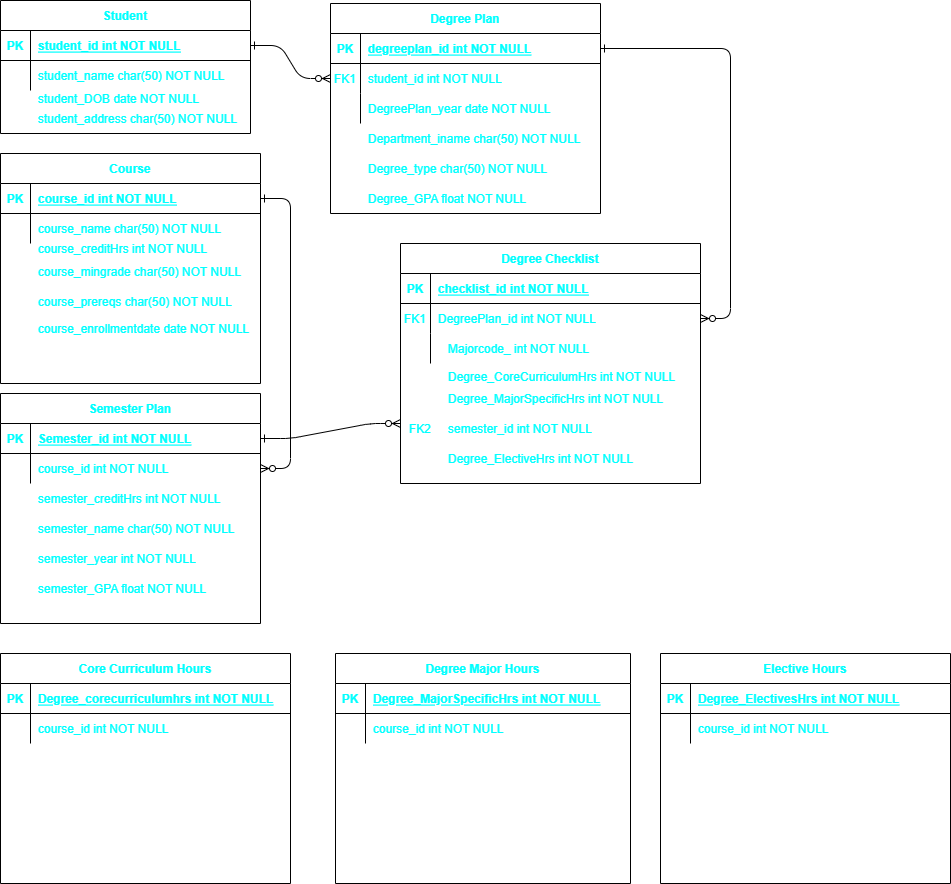
This is Assignments/degreechecklist/Assignment 2 Modeling.drawio.png from m3gan-m/CIDM-6325, a draw.io export, as it was before one commit. Source tidied: cells renumbered, new cells last; positions are measured from the earlier drawing's top-left corner, leaving out a move shared by most shapes.
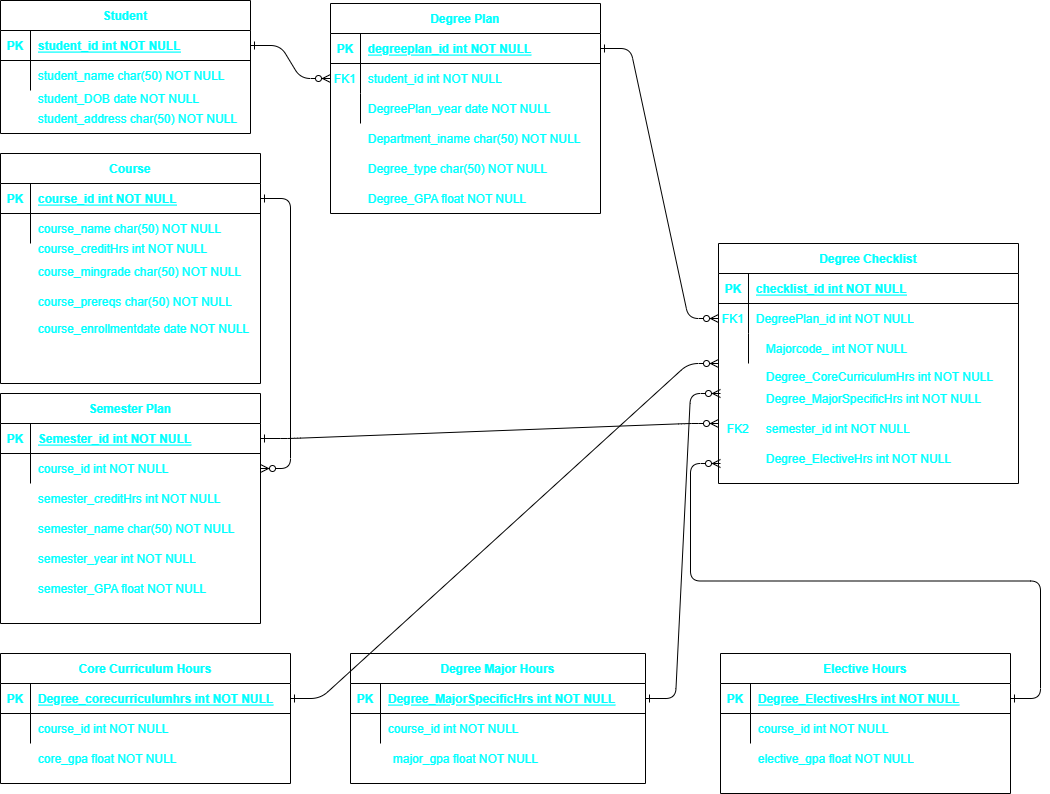
The same file after the commit.

What changed in the source:
```diff
@@ -39,7 +39,7 @@
       <mxGeometry x="30" width="240" height="30" as="geometry" />
     </mxCell>
     <mxCell id="14" value="Degree Checklist" style="shape=table;startSize=30;rowLines=0;fontStyle=1;align=center;fontColor=#00FFFF;" parent="1" vertex="1">
-      <mxGeometry x="400" y="243" width="300" height="240" as="geometry" />
+      <mxGeometry x="718" y="243" width="300" height="240" as="geometry" />
     </mxCell>
     <mxCell id="15" style="shape=partialRectangle;fillColor=none;top=0;left=0;right=0;bottom=1;fontColor=#00FFFF;" parent="14" vertex="1">
       <mxGeometry y="30" width="300" height="30" as="geometry" />
@@ -126,10 +126,10 @@
       <mxGeometry x="30" y="286" width="220" height="30" as="geometry" />
     </mxCell>
     <mxCell id="43" value="Degree_CoreCurriculumHrs int NOT NULL" style="shape=partialRectangle;overflow=hidden;fillColor=none;top=0;left=0;bottom=0;right=0;align=left;spacingLeft=6;fontColor=#00FFFF;" parent="1" vertex="1">
-      <mxGeometry x="440" y="361" width="270" height="30" as="geometry" />
+      <mxGeometry x="758" y="361" width="270" height="30" as="geometry" />
     </mxCell>
     <mxCell id="44" value="Degree_MajorSpecificHrs int NOT NULL" style="shape=partialRectangle;overflow=hidden;fillColor=none;top=0;left=0;bottom=0;right=0;align=left;spacingLeft=6;fontColor=#00FFFF;" parent="1" vertex="1">
-      <mxGeometry x="440" y="383" width="270" height="30" as="geometry" />
+      <mxGeometry x="758" y="383" width="270" height="30" as="geometry" />
     </mxCell>
     <mxCell id="45" value="course_enrollmentdate date NOT NULL" style="shape=partialRectangle;overflow=hidden;fillColor=none;top=0;left=0;bottom=0;right=0;align=left;spacingLeft=6;labelBackgroundColor=default;labelBorderColor=none;fontColor=#00FFFF;" parent="1" vertex="1">
       <mxGeometry x="30" y="313" width="220" height="30" as="geometry" />
@@ -152,13 +152,13 @@
       </mxGeometry>
     </mxCell>
     <mxCell id="49" value="semester_id int NOT NULL" style="shape=partialRectangle;overflow=hidden;fillColor=none;top=0;left=0;bottom=0;right=0;align=left;spacingLeft=6;fontColor=#00FFFF;" parent="1" vertex="1">
-      <mxGeometry x="440" y="413" width="270" height="30" as="geometry" />
+      <mxGeometry x="758" y="413" width="270" height="30" as="geometry" />
     </mxCell>
     <mxCell id="50" value="FK2" style="shape=partialRectangle;overflow=hidden;fillColor=none;top=0;left=0;bottom=0;right=0;fontColor=#00FFFF;" parent="1" vertex="1">
-      <mxGeometry x="405" y="413" width="30" height="30" as="geometry" />
+      <mxGeometry x="723" y="413" width="30" height="30" as="geometry" />
     </mxCell>
     <mxCell id="51" value="Degree_ElectiveHrs int NOT NULL" style="shape=partialRectangle;overflow=hidden;fillColor=none;top=0;left=0;bottom=0;right=0;align=left;spacingLeft=6;fontColor=#00FFFF;" parent="1" vertex="1">
-      <mxGeometry x="440" y="443" width="270" height="30" as="geometry" />
+      <mxGeometry x="758" y="443" width="270" height="30" as="geometry" />
     </mxCell>
     <mxCell id="52" value="Semester Plan" style="shape=table;startSize=30;rowLines=0;fontStyle=1;align=center;fontColor=#00FFFF;labelBackgroundColor=default;labelBorderColor=none;" parent="1" vertex="1">
       <mxGeometry y="393" width="260" height="230" as="geometry" />
@@ -208,10 +208,10 @@
       <mxGeometry x="360" y="183" width="220" height="30" as="geometry" />
     </mxCell>
     <mxCell id="65" value="Majorcode_ int NOT NULL" style="shape=partialRectangle;overflow=hidden;fillColor=none;top=0;left=0;bottom=0;right=0;align=left;spacingLeft=6;fontColor=#00FFFF;" parent="1" vertex="1">
-      <mxGeometry x="440" y="333" width="270" height="30" as="geometry" />
+      <mxGeometry x="758" y="333" width="270" height="30" as="geometry" />
     </mxCell>
     <mxCell id="66" value="Core Curriculum Hours" style="shape=table;startSize=30;rowLines=0;fontStyle=1;align=center;fontColor=#00FFFF;labelBackgroundColor=default;labelBorderColor=none;" parent="1" vertex="1">
-      <mxGeometry y="653" width="290" height="230" as="geometry" />
+      <mxGeometry y="653" width="290" height="130" as="geometry" />
     </mxCell>
     <mxCell id="67" style="shape=partialRectangle;fillColor=none;points=[[0,0.5],[1,0.5]];portConstraint=eastwest;top=0;left=0;right=0;bottom=1;labelBackgroundColor=default;labelBorderColor=none;fontColor=#00FFFF;" parent="66" vertex="1">
       <mxGeometry y="30" width="290" height="30" as="geometry" />
@@ -232,7 +232,7 @@
       <mxGeometry x="30" width="260" height="30" as="geometry" />
     </mxCell>
     <mxCell id="73" value="Degree Major Hours" style="shape=table;startSize=30;rowLines=0;fontStyle=1;align=center;fontColor=#00FFFF;labelBackgroundColor=default;labelBorderColor=none;" parent="1" vertex="1">
-      <mxGeometry x="335" y="653" width="295" height="230" as="geometry" />
+      <mxGeometry x="350" y="653" width="295" height="130" as="geometry" />
     </mxCell>
     <mxCell id="74" style="shape=partialRectangle;fillColor=none;points=[[0,0.5],[1,0.5]];portConstraint=eastwest;top=0;left=0;right=0;bottom=1;labelBackgroundColor=default;labelBorderColor=none;fontColor=#00FFFF;" parent="73" vertex="1">
       <mxGeometry y="30" width="295" height="30" as="geometry" />
@@ -253,7 +253,7 @@
       <mxGeometry x="30" width="265" height="30" as="geometry" />
     </mxCell>
     <mxCell id="80" value="Elective Hours" style="shape=table;startSize=30;rowLines=0;fontStyle=1;align=center;fontColor=#00FFFF;labelBackgroundColor=default;labelBorderColor=none;" parent="1" vertex="1">
-      <mxGeometry x="660" y="653" width="290" height="230" as="geometry" />
+      <mxGeometry x="720" y="653" width="290" height="140" as="geometry" />
     </mxCell>
     <mxCell id="81" style="shape=partialRectangle;fillColor=none;points=[[0,0.5],[1,0.5]];portConstraint=eastwest;top=0;left=0;right=0;bottom=1;labelBackgroundColor=default;labelBorderColor=none;fontColor=#00FFFF;" parent="80" vertex="1">
       <mxGeometry y="30" width="290" height="30" as="geometry" />
@@ -273,5 +273,56 @@
     <mxCell id="86" value="course_id int NOT NULL" style="shape=partialRectangle;overflow=hidden;fillColor=none;top=0;left=0;bottom=0;right=0;align=left;spacingLeft=6;labelBackgroundColor=default;labelBorderColor=none;fontColor=#00FFFF;" parent="84" vertex="1">
       <mxGeometry x="30" width="260" height="30" as="geometry" />
     </mxCell>
+    <mxCell id="87" value="core_gpa float NOT NULL" style="shape=partialRectangle;overflow=hidden;fillColor=none;top=0;left=0;bottom=0;right=0;align=left;spacingLeft=6;labelBackgroundColor=default;labelBorderColor=none;fontColor=#00FFFF;" parent="1" vertex="1">
+      <mxGeometry x="30" y="743" width="260" height="30" as="geometry" />
+    </mxCell>
+    <mxCell id="88" value="major_gpa float NOT NULL" style="shape=partialRectangle;overflow=hidden;fillColor=none;top=0;left=0;bottom=0;right=0;align=left;spacingLeft=6;labelBackgroundColor=default;labelBorderColor=none;fontColor=#00FFFF;" parent="1" vertex="1">
+      <mxGeometry x="385" y="743" width="260" height="30" as="geometry" />
+    </mxCell>
+    <mxCell id="89" value="elective_gpa float NOT NULL" style="shape=partialRectangle;overflow=hidden;fillColor=none;top=0;left=0;bottom=0;right=0;align=left;spacingLeft=6;labelBackgroundColor=default;labelBorderColor=none;fontColor=#00FFFF;" parent="1" vertex="1">
+      <mxGeometry x="750" y="743" width="260" height="30" as="geometry" />
+    </mxCell>
+    <mxCell id="90" style="edgeStyle=entityRelationEdgeStyle;endArrow=ERzeroToMany;startArrow=ERone;endFill=1;startFill=0;fontColor=#00FFFF;exitX=1;exitY=0.5;exitDx=0;exitDy=0;entryX=0;entryY=0.5;entryDx=0;entryDy=0;" parent="1" edge="1" source="67" target="14">
+      <mxGeometry relative="1" as="geometry">
+        <Array as="points">
+          <mxPoint x="575" y="622.7" />
+          <mxPoint x="310" y="523" />
+          <mxPoint x="525" y="612.7" />
+          <mxPoint x="485" y="712.7" />
+          <mxPoint x="515" y="602.7" />
+          <mxPoint x="595" y="672.7" />
+        </Array>
+      </mxGeometry>
+    </mxCell>
+    <mxCell id="91" style="edgeStyle=entityRelationEdgeStyle;endArrow=ERzeroToMany;startArrow=ERone;endFill=1;startFill=0;fontColor=#00FFFF;exitX=1;exitY=0.5;exitDx=0;exitDy=0;" parent="1" edge="1" source="74">
+      <mxGeometry relative="1" as="geometry">
+        <mxPoint x="720" y="393" as="targetPoint" />
+        <Array as="points">
+          <mxPoint x="965" y="565.7" />
+          <mxPoint x="915" y="555.7" />
+          <mxPoint x="875" y="655.7" />
+          <mxPoint x="430" y="483" />
+          <mxPoint x="905" y="545.7" />
+          <mxPoint x="985" y="615.7" />
+        </Array>
+      </mxGeometry>
+    </mxCell>
+    <mxCell id="92" style="edgeStyle=entityRelationEdgeStyle;endArrow=ERzeroToMany;startArrow=ERone;endFill=1;startFill=0;fontColor=#00FFFF;exitX=1;exitY=0.5;exitDx=0;exitDy=0;" parent="1" edge="1" source="81">
+      <mxGeometry relative="1" as="geometry">
+        <mxPoint x="720" y="463" as="targetPoint" />
+        <Array as="points">
+          <mxPoint x="1325" y="555.7" />
+          <mxPoint x="1030" y="593" />
+          <mxPoint x="1275" y="545.7" />
+          <mxPoint x="760" y="523" />
+          <mxPoint x="750" y="523" />
+          <mxPoint x="1235" y="645.7" />
+          <mxPoint x="400" y="513" />
+          <mxPoint x="430" y="523" />
+          <mxPoint x="1265" y="535.7" />
+          <mxPoint x="1345" y="605.7" />
+        </Array>
+      </mxGeometry>
+    </mxCell>
   </root>
 </mxGraphModel>
```
